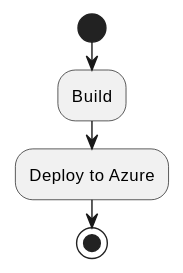
The PlantUML diagram docs/images/deploy-workflow.svg in ITU-BDSA2024-GROUP17/Chirp, before a commit. The source it was exported from:
```plantuml
@startuml
start
:Build;
:Deploy to Azure;
stop
@enduml
```
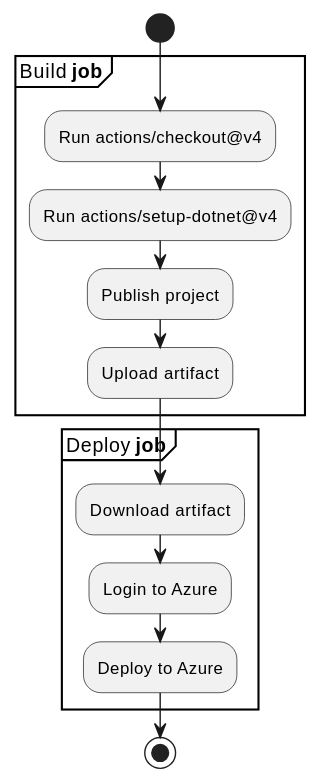
After the commit.

What changed in the source:
```diff
@@ -1,6 +1,15 @@
 @startuml
 start
-:Build;
-:Deploy to Azure;
+partition Build **job** {
+    :Run actions/checkout@v4;
+    :Run actions/setup-dotnet@v4;
+    :Publish project;
+    :Upload artifact;
+}
+partition Deploy **job** {
+    :Download artifact;
+    :Login to Azure;
+    :Deploy to Azure;
+}
 stop
 @enduml
```
